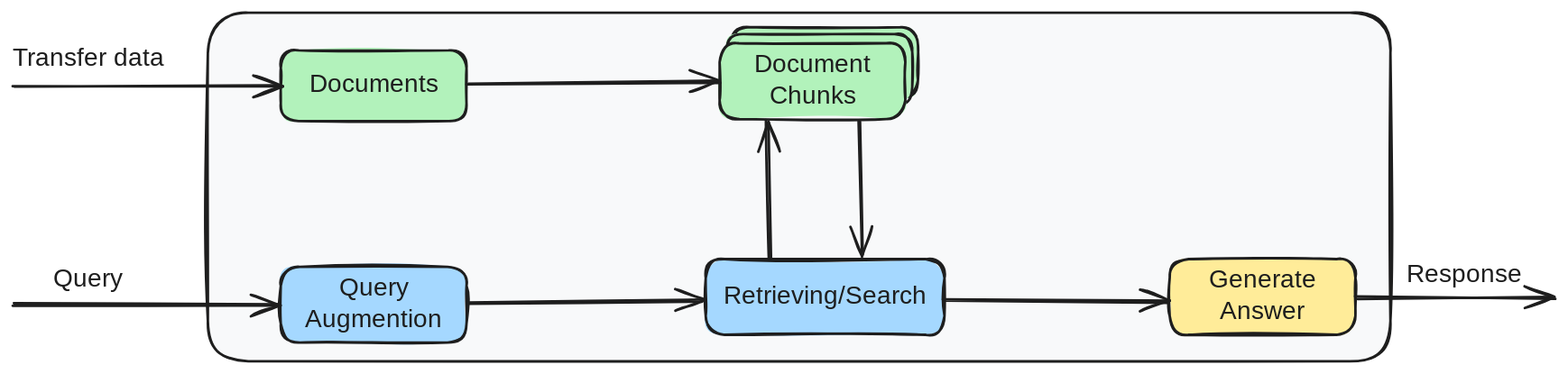
Before: public/Post2/RAG_Flow.excalidraw.svg, a diagram exported from Excalidraw (cvhrnkmp/cvhrnkmp.github.io). Source tidied: one line per element, renumbered; positions are measured from the earlier drawing's top-left corner, leaving out a move shared by most shapes.
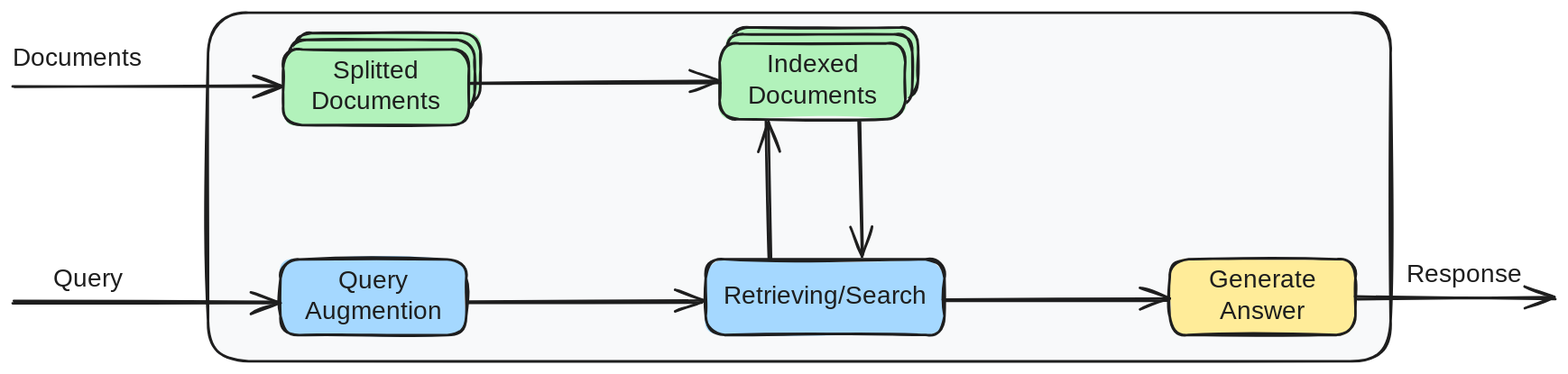
The same diagram one commit later.

The edit, as a diff of the source:
```diff
@@ -1,24 +1,26 @@
 {"id": 0, "type": "rectangle", "strokeColor": "#1e1e1e", "backgroundColor": "#f8f9fa", "fillStyle": "solid", "strokeWidth": 2, "roughness": 1, "round": true, "x": 155, "y": 0, "width": 936, "height": 276}
+{"id": 24, "type": "rectangle", "strokeColor": "#1e1e1e", "backgroundColor": "#b2f2bb", "fillStyle": "solid", "strokeWidth": 2, "roughness": 1, "round": true, "x": 223, "y": 16, "width": 147, "height": 56}
+{"id": 25, "type": "rectangle", "strokeColor": "#1e1e1e", "backgroundColor": "#b2f2bb", "fillStyle": "solid", "strokeWidth": 2, "roughness": 1, "round": true, "x": 219, "y": 21, "width": 147, "height": 56}
-{"id": 1, "type": "rectangle", "strokeColor": "#1e1e1e", "backgroundColor": "#b2f2bb", "fillStyle": "solid", "strokeWidth": 2, "roughness": 1, "round": true, "x": 212, "y": 30, "width": 147, "height": 56}
+{"id": 1, "type": "rectangle", "strokeColor": "#1e1e1e", "backgroundColor": "#b2f2bb", "fillStyle": "solid", "strokeWidth": 2, "roughness": 1, "round": true, "x": 214, "y": 29, "width": 147, "height": 60}
-{"id": 2, "type": "text", "text": "Documents", "strokeColor": "#1e1e1e", "strokeWidth": 2, "roughness": 1, "fontSize": 20, "fontFamily": 5, "textAlign": "center", "verticalAlign": "middle", "inside": 1, "x": 233, "y": 45, "width": 105, "height": 25}
+{"id": 2, "type": "text", "text": "Splitted\nDocuments", "strokeColor": "#1e1e1e", "strokeWidth": 2, "roughness": 1, "fontSize": 20, "fontFamily": 5, "textAlign": "center", "verticalAlign": "middle", "inside": 1, "x": 235, "y": 34, "width": 105, "height": 50}
 {"id": 3, "type": "rectangle", "strokeColor": "#1e1e1e", "backgroundColor": "#b2f2bb", "fillStyle": "solid", "strokeWidth": 2, "roughness": 1, "round": true, "x": 570, "y": 12, "width": 147, "height": 56}
 {"id": 4, "type": "rectangle", "strokeColor": "#1e1e1e", "backgroundColor": "#b2f2bb", "fillStyle": "solid", "strokeWidth": 2, "roughness": 1, "round": true, "x": 565, "y": 17, "width": 147, "height": 56}
 {"id": 5, "type": "rectangle", "strokeColor": "#1e1e1e", "backgroundColor": "#b2f2bb", "fillStyle": "solid", "strokeWidth": 2, "roughness": 1, "round": true, "x": 560, "y": 24, "width": 147, "height": 60}
-{"id": 6, "type": "text", "text": "Document\nChunks", "strokeColor": "#1e1e1e", "strokeWidth": 2, "roughness": 1, "fontSize": 20, "fontFamily": 5, "textAlign": "center", "verticalAlign": "middle", "inside": 5, "x": 586, "y": 29, "width": 94, "height": 50}
+{"id": 6, "type": "text", "text": "Indexed\nDocuments", "strokeColor": "#1e1e1e", "strokeWidth": 2, "roughness": 1, "fontSize": 20, "fontFamily": 5, "textAlign": "center", "verticalAlign": "middle", "inside": 5, "x": 581, "y": 29, "width": 105, "height": 50}
-{"id": 7, "type": "arrow", "strokeColor": "#1e1e1e", "backgroundColor": "#ffffff", "fillStyle": "solid", "strokeWidth": 2, "roughness": 1, "endArrowhead": "arrow", "round": true, "from": 1, "x": 360, "y": 56, "width": 199, "height": 1, "points": [[0, 0], [199, -1]]}
+{"id": 7, "type": "arrow", "strokeColor": "#1e1e1e", "backgroundColor": "#ffffff", "fillStyle": "solid", "strokeWidth": 2, "roughness": 1, "endArrowhead": "arrow", "round": true, "from": 1, "x": 362, "y": 55, "width": 198, "height": 0, "points": [[0, 0], [198, 0]]}
 {"id": 8, "type": "rectangle", "strokeColor": "#1e1e1e", "backgroundColor": "#a5d8ff", "fillStyle": "solid", "strokeWidth": 2, "roughness": 1, "round": true, "x": 549, "y": 195, "width": 189, "height": 60}
 {"id": 9, "type": "text", "text": "Retrieving/Search", "strokeColor": "#1e1e1e", "strokeWidth": 2, "roughness": 1, "fontSize": 20, "fontFamily": 5, "textAlign": "center", "verticalAlign": "middle", "inside": 8, "x": 556, "y": 213, "width": 173, "height": 25}
 {"id": 10, "type": "arrow", "strokeColor": "#1e1e1e", "backgroundColor": "#ffffff", "fillStyle": "solid", "strokeWidth": 2, "roughness": 1, "endArrowhead": "arrow", "round": true, "from": 8, "to": 5, "x": 599, "y": 195, "width": 2, "height": 110, "points": [[0, 0], [-2, -110]]}
 {"id": 11, "type": "arrow", "strokeColor": "#1e1e1e", "backgroundColor": "#ffffff", "fillStyle": "solid", "strokeWidth": 2, "roughness": 1, "endArrowhead": "arrow", "round": true, "x": 670, "y": 86, "width": 2, "height": 106, "points": [[0, 0], [2, 106]]}
-{"id": 12, "type": "rectangle", "strokeColor": "#1e1e1e", "backgroundColor": "#a5d8ff", "fillStyle": "solid", "strokeWidth": 2, "roughness": 1, "round": true, "x": 212, "y": 201, "width": 147, "height": 60}
+{"id": 12, "type": "rectangle", "strokeColor": "#1e1e1e", "backgroundColor": "#a5d8ff", "fillStyle": "solid", "strokeWidth": 2, "roughness": 1, "round": true, "x": 212, "y": 195, "width": 147, "height": 60}
-{"id": 13, "type": "text", "text": "Query\nAugmention", "strokeColor": "#1e1e1e", "strokeWidth": 2, "roughness": 1, "fontSize": 20, "fontFamily": 5, "textAlign": "center", "verticalAlign": "middle", "inside": 12, "x": 231, "y": 206, "width": 109, "height": 50}
+{"id": 13, "type": "text", "text": "Query\nAugmention", "strokeColor": "#1e1e1e", "strokeWidth": 2, "roughness": 1, "fontSize": 20, "fontFamily": 5, "textAlign": "center", "verticalAlign": "middle", "inside": 12, "x": 231, "y": 200, "width": 109, "height": 50}
-{"id": 14, "type": "arrow", "strokeColor": "#1e1e1e", "backgroundColor": "#ffffff", "fillStyle": "solid", "strokeWidth": 2, "roughness": 1, "endArrowhead": "arrow", "round": true, "from": 12, "to": 8, "x": 360, "y": 231, "width": 186, "height": 3, "points": [[0, 0], [186, -3]]}
+{"id": 14, "type": "arrow", "strokeColor": "#1e1e1e", "backgroundColor": "#ffffff", "fillStyle": "solid", "strokeWidth": 2, "roughness": 1, "endArrowhead": "arrow", "round": true, "from": 12, "x": 360, "y": 230, "width": 186, "height": 1, "points": [[0, 0], [186, -1]]}
 {"id": 15, "type": "arrow", "strokeColor": "#1e1e1e", "backgroundColor": "#ffffff", "fillStyle": "solid", "strokeWidth": 2, "roughness": 1, "endArrowhead": "arrow", "round": true, "x": 2, "y": 58, "width": 211, "height": 1, "points": [[0, 0], [211, 1]]}
-{"id": 16, "type": "arrow", "strokeColor": "#1e1e1e", "backgroundColor": "#ffffff", "fillStyle": "solid", "strokeWidth": 2, "roughness": 1, "endArrowhead": "arrow", "round": true, "x": 0, "y": 231, "width": 211, "height": 1, "points": [[0, 0], [211, 1]]}
+{"id": 16, "type": "arrow", "strokeColor": "#1e1e1e", "backgroundColor": "#ffffff", "fillStyle": "solid", "strokeWidth": 2, "roughness": 1, "endArrowhead": "arrow", "round": true, "x": 0, "y": 229, "width": 211, "height": 1, "points": [[0, 0], [211, 1]]}
 {"id": 17, "type": "text", "text": "Query", "strokeColor": "#1e1e1e", "backgroundColor": "#ffffff", "fillStyle": "solid", "strokeWidth": 2, "roughness": 1, "fontSize": 20, "fontFamily": 5, "x": 32, "y": 199, "width": 73, "height": 25}
-{"id": 18, "type": "text", "text": "Transfer data", "strokeColor": "#1e1e1e", "backgroundColor": "#ffffff", "fillStyle": "solid", "strokeWidth": 2, "roughness": 1, "fontSize": 20, "fontFamily": 5, "x": 0, "y": 24, "width": 147, "height": 25}
+{"id": 18, "type": "text", "text": "Documents", "strokeColor": "#1e1e1e", "backgroundColor": "#ffffff", "fillStyle": "solid", "strokeWidth": 2, "roughness": 1, "fontSize": 20, "fontFamily": 5, "x": 0, "y": 24, "width": 147, "height": 25}
 {"id": 19, "type": "rectangle", "strokeColor": "#1e1e1e", "backgroundColor": "#ffec99", "fillStyle": "solid", "strokeWidth": 2, "roughness": 1, "round": true, "x": 916, "y": 195, "width": 147, "height": 60}
 {"id": 20, "type": "text", "text": "Generate\nAnswer", "strokeColor": "#1e1e1e", "strokeWidth": 2, "roughness": 1, "fontSize": 20, "fontFamily": 5, "textAlign": "center", "verticalAlign": "middle", "inside": 19, "x": 945, "y": 200, "width": 88, "height": 50}
-{"id": 21, "type": "arrow", "strokeColor": "#1e1e1e", "backgroundColor": "#ffffff", "fillStyle": "solid", "strokeWidth": 2, "roughness": 1, "endArrowhead": "arrow", "round": true, "x": 738, "y": 228, "width": 177, "height": 1, "points": [[0, 0], [177, 1]]}
+{"id": 21, "type": "arrow", "strokeColor": "#1e1e1e", "backgroundColor": "#ffffff", "fillStyle": "solid", "strokeWidth": 2, "roughness": 1, "endArrowhead": "arrow", "round": true, "from": 8, "x": 738, "y": 228, "width": 177, "height": 1, "points": [[0, 0], [177, -1]]}
 {"id": 22, "type": "arrow", "strokeColor": "#1e1e1e", "backgroundColor": "#ffffff", "fillStyle": "solid", "strokeWidth": 2, "roughness": 1, "endArrowhead": "arrow", "round": true, "x": 1063, "y": 226, "width": 158, "height": 0, "points": [[0, 0], [158, 0]]}
 {"id": 23, "type": "text", "text": "Response", "strokeColor": "#1e1e1e", "backgroundColor": "#ffffff", "fillStyle": "solid", "strokeWidth": 2, "roughness": 1, "fontSize": 20, "fontFamily": 5, "x": 1103, "y": 196, "width": 102, "height": 25}
```
